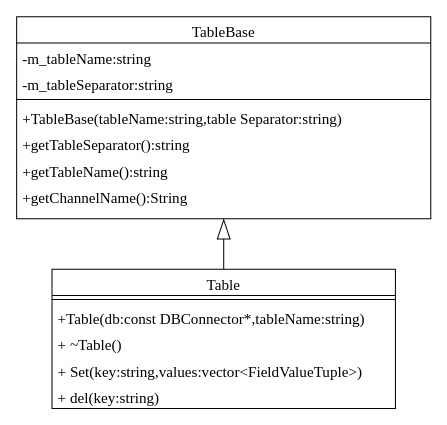
The draw.io diagram Table.drawio in PATORITU/PATORITU, before the edit. Source tidied: cells renumbered, new cells numbered last; positions are measured from the earlier drawing's top-left corner, leaving out a move shared by most shapes. Both pictures are drawn from the tidied source at 101%, with x=0, y=0 at pixel (16, 16).
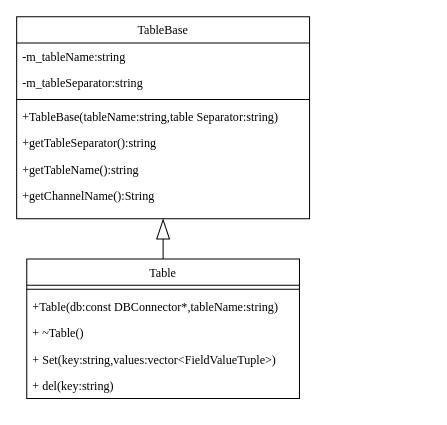
Above is the later version.

Diff of the diagram source:
```diff
@@
 <mxGraphModel>
   <root>
     <mxCell id="0" />
     <mxCell id="1" parent="0" />
-    <mxCell id="2" value="TableBase" style="swimlane;fontStyle=0;align=center;verticalAlign=top;horizontal=1;startSize=26;rounded=0;shadow=0;strokeWidth=1;fontSize=15;fontFamily=Times New Roman;" parent="1" vertex="1">
-      <mxGeometry width="410" height="200" as="geometry" />
+    <mxCell id="2" value="TableBase" style="swimlane;fontStyle=0;align=center;verticalAlign=top;horizontal=1;startSize=26;rounded=0;shadow=0;strokeWidth=1;fontSize=12;fontFamily=Times New Roman;" parent="1" vertex="1">
+      <mxGeometry width="290" height="200" as="geometry" />
     </mxCell>
-    <mxCell id="3" value="-m_tableName:string" style="text;align=left;verticalAlign=top;spacingLeft=4;spacingRight=4;overflow=hidden;fontSize=15;fontFamily=Times New Roman;" parent="2" vertex="1">
-      <mxGeometry y="26" width="410" height="26" as="geometry" />
+    <mxCell id="3" value="-m_tableName:string" style="text;align=left;verticalAlign=top;spacingLeft=4;spacingRight=4;overflow=hidden;fontSize=12;fontFamily=Times New Roman;" parent="2" vertex="1">
+      <mxGeometry y="26" width="290" height="26" as="geometry" />
     </mxCell>
-    <mxCell id="4" value="-m_tableSeparator:string" style="text;align=left;verticalAlign=top;spacingLeft=4;spacingRight=4;overflow=hidden;rounded=0;shadow=0;html=0;fontSize=15;fontFamily=Times New Roman;" parent="2" vertex="1">
-      <mxGeometry y="52" width="410" height="26" as="geometry" />
+    <mxCell id="4" value="-m_tableSeparator:string" style="text;align=left;verticalAlign=top;spacingLeft=4;spacingRight=4;overflow=hidden;rounded=0;shadow=0;html=0;fontSize=12;fontFamily=Times New Roman;" parent="2" vertex="1">
+      <mxGeometry y="52" width="290" height="26" as="geometry" />
     </mxCell>
-    <mxCell id="5" style="line;html=1;strokeWidth=1;align=left;verticalAlign=middle;spacingTop=-1;spacingLeft=3;spacingRight=3;labelPosition=right;fontSize=15;fontFamily=Times New Roman;" parent="2" vertex="1">
-      <mxGeometry y="78" width="410" height="8" as="geometry" />
+    <mxCell id="5" style="line;html=1;strokeWidth=1;align=left;verticalAlign=middle;spacingTop=-1;spacingLeft=3;spacingRight=3;labelPosition=right;fontSize=12;fontFamily=Times New Roman;" parent="2" vertex="1">
+      <mxGeometry y="78" width="290" height="8" as="geometry" />
     </mxCell>
-    <mxCell id="6" value="+TableBase(tableName:string,table Separator:string)" style="text;align=left;verticalAlign=top;spacingLeft=4;spacingRight=4;overflow=hidden;rounded=0;shadow=0;html=0;fontSize=15;fontFamily=Times New Roman;" parent="2" vertex="1">
-      <mxGeometry y="86" width="410" height="26" as="geometry" />
+    <mxCell id="6" value="+TableBase(tableName:string,table Separator:string)" style="text;align=left;verticalAlign=top;spacingLeft=4;spacingRight=4;overflow=hidden;rounded=0;shadow=0;html=0;fontSize=12;fontFamily=Times New Roman;" parent="2" vertex="1">
+      <mxGeometry y="86" width="290" height="26" as="geometry" />
     </mxCell>
-    <mxCell id="7" value="+getTableSeparator():string" style="text;align=left;verticalAlign=top;spacingLeft=4;spacingRight=4;overflow=hidden;rounded=0;shadow=0;html=0;fontSize=15;fontFamily=Times New Roman;" parent="2" vertex="1">
-      <mxGeometry y="112" width="410" height="26" as="geometry" />
+    <mxCell id="7" value="+getTableSeparator():string" style="text;align=left;verticalAlign=top;spacingLeft=4;spacingRight=4;overflow=hidden;rounded=0;shadow=0;html=0;fontSize=12;fontFamily=Times New Roman;" parent="2" vertex="1">
+      <mxGeometry y="112" width="290" height="26" as="geometry" />
     </mxCell>
-    <mxCell id="8" value="+getTableName():string" style="text;align=left;verticalAlign=top;spacingLeft=4;spacingRight=4;overflow=hidden;rounded=0;shadow=0;html=0;fontSize=15;fontFamily=Times New Roman;" parent="2" vertex="1">
-      <mxGeometry y="138" width="410" height="26" as="geometry" />
+    <mxCell id="8" value="+getTableName():string" style="text;align=left;verticalAlign=top;spacingLeft=4;spacingRight=4;overflow=hidden;rounded=0;shadow=0;html=0;fontSize=12;fontFamily=Times New Roman;" parent="2" vertex="1">
+      <mxGeometry y="138" width="290" height="26" as="geometry" />
     </mxCell>
-    <mxCell id="9" value="+getChannelName():String" style="text;align=left;verticalAlign=top;spacingLeft=4;spacingRight=4;overflow=hidden;rounded=0;shadow=0;html=0;fontSize=15;fontFamily=Times New Roman;" parent="2" vertex="1">
-      <mxGeometry y="164" width="410" height="26" as="geometry" />
+    <mxCell id="9" value="+getChannelName():String" style="text;align=left;verticalAlign=top;spacingLeft=4;spacingRight=4;overflow=hidden;rounded=0;shadow=0;html=0;fontSize=12;fontFamily=Times New Roman;" parent="2" vertex="1">
+      <mxGeometry y="164" width="290" height="26" as="geometry" />
     </mxCell>
-    <mxCell id="10" value="Table" style="swimlane;fontStyle=0;align=center;verticalAlign=top;horizontal=1;startSize=26;rounded=0;shadow=0;strokeWidth=1;fontSize=15;fontFamily=Times New Roman;" parent="1" vertex="1">
-      <mxGeometry x="35" y="250" width="340" height="138" as="geometry" />
+    <mxCell id="10" value="Table" style="swimlane;fontStyle=0;align=center;verticalAlign=top;horizontal=1;startSize=26;rounded=0;shadow=0;strokeWidth=1;fontSize=12;fontFamily=Times New Roman;" parent="1" vertex="1">
+      <mxGeometry x="10" y="240" width="270" height="138" as="geometry" />
     </mxCell>
-    <mxCell id="11" style="line;html=1;strokeWidth=1;align=left;verticalAlign=middle;spacingTop=-1;spacingLeft=3;spacingRight=3;labelPosition=right;fontSize=15;fontFamily=Times New Roman;" parent="10" vertex="1">
-      <mxGeometry y="26" width="340" height="8" as="geometry" />
+    <mxCell id="11" style="line;html=1;strokeWidth=1;align=left;verticalAlign=middle;spacingTop=-1;spacingLeft=3;spacingRight=3;labelPosition=right;fontSize=12;fontFamily=Times New Roman;" parent="10" vertex="1">
+      <mxGeometry y="26" width="270" height="8" as="geometry" />
     </mxCell>
-    <mxCell id="12" value="+Table(db:const DBConnector*,tableName:string)" style="text;align=left;verticalAlign=top;spacingLeft=4;spacingRight=4;overflow=hidden;fontSize=15;fontFamily=Times New Roman;" parent="10" vertex="1">
-      <mxGeometry y="34" width="340" height="26" as="geometry" />
+    <mxCell id="12" value="+Table(db:const DBConnector*,tableName:string)" style="text;align=left;verticalAlign=top;spacingLeft=4;spacingRight=4;overflow=hidden;fontSize=12;fontFamily=Times New Roman;" parent="10" vertex="1">
+      <mxGeometry y="34" width="270" height="26" as="geometry" />
     </mxCell>
-    <mxCell id="13" value="+ ~Table()" style="text;align=left;verticalAlign=top;spacingLeft=4;spacingRight=4;overflow=hidden;fontSize=15;fontFamily=Times New Roman;" parent="10" vertex="1">
-      <mxGeometry y="60" width="340" height="26" as="geometry" />
+    <mxCell id="13" value="+ ~Table()" style="text;align=left;verticalAlign=top;spacingLeft=4;spacingRight=4;overflow=hidden;fontSize=12;fontFamily=Times New Roman;" parent="10" vertex="1">
+      <mxGeometry y="60" width="270" height="26" as="geometry" />
     </mxCell>
-    <mxCell id="14" value="+ Set(key:string,values:vector&lt;FieldValueTuple&gt;)" style="text;align=left;verticalAlign=top;spacingLeft=4;spacingRight=4;overflow=hidden;fontSize=15;fontFamily=Times New Roman;" parent="10" vertex="1">
-      <mxGeometry y="86" width="340" height="26" as="geometry" />
+    <mxCell id="14" value="+ Set(key:string,values:vector&lt;FieldValueTuple&gt;)" style="text;align=left;verticalAlign=top;spacingLeft=4;spacingRight=4;overflow=hidden;fontSize=12;fontFamily=Times New Roman;" parent="10" vertex="1">
+      <mxGeometry y="86" width="270" height="26" as="geometry" />
     </mxCell>
-    <mxCell id="15" value="+ del(key:string)" style="text;align=left;verticalAlign=top;spacingLeft=4;spacingRight=4;overflow=hidden;fontSize=15;fontFamily=Times New Roman;" parent="10" vertex="1">
-      <mxGeometry y="112" width="340" height="26" as="geometry" />
+    <mxCell id="15" value="+ del(key:string)" style="text;align=left;verticalAlign=top;spacingLeft=4;spacingRight=4;overflow=hidden;fontSize=12;fontFamily=Times New Roman;" parent="10" vertex="1">
+      <mxGeometry y="112" width="270" height="26" as="geometry" />
     </mxCell>
-    <mxCell id="16" style="endArrow=blockThin;html=1;rounded=0;entryX=0.5;entryY=1;entryDx=0;entryDy=0;exitX=0.5;exitY=0;exitDx=0;exitDy=0;endFill=0;strokeWidth=1;endSize=18;fontSize=15;fontFamily=Times New Roman;" parent="1" edge="1" source="10" target="2">
+    <mxCell id="16" style="endArrow=blockThin;html=1;rounded=0;entryX=0.5;entryY=1;entryDx=0;entryDy=0;exitX=0.5;exitY=0;exitDx=0;exitDy=0;endFill=0;strokeWidth=1;endSize=18;fontSize=12;fontFamily=Times New Roman;" parent="1" edge="1" source="10" target="2">
       <mxGeometry relative="1" as="geometry" />
     </mxCell>
   </root>
 </mxGraphModel>
```
